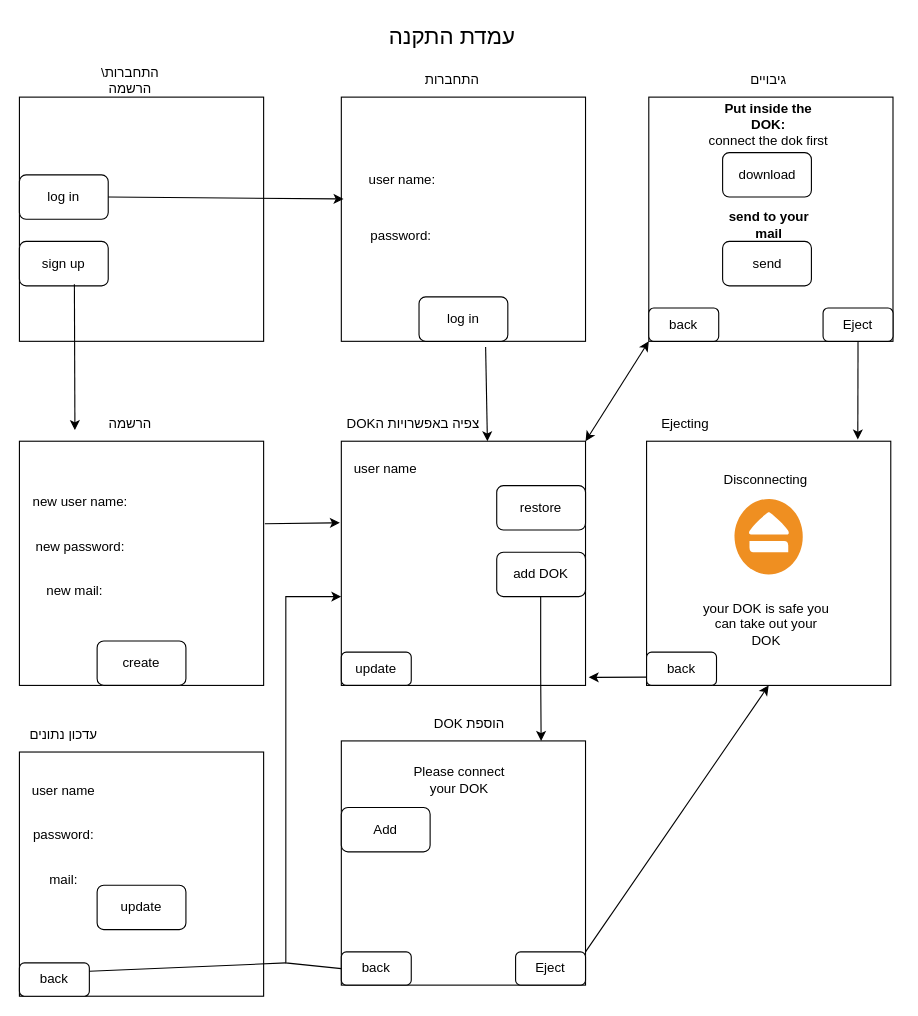
Above: draws/מסכי פרוייקט/_מסך עמדת התקנה_.drawio in Eyalen22/Project (draw.io), before the change. Source tidied: cells renumbered, new cells numbered last; positions are measured from the earlier drawing's top-left corner, leaving out a move shared by most shapes. Both pictures are drawn from the tidied source at 111%, with x=0, y=0 at pixel (19, 19).
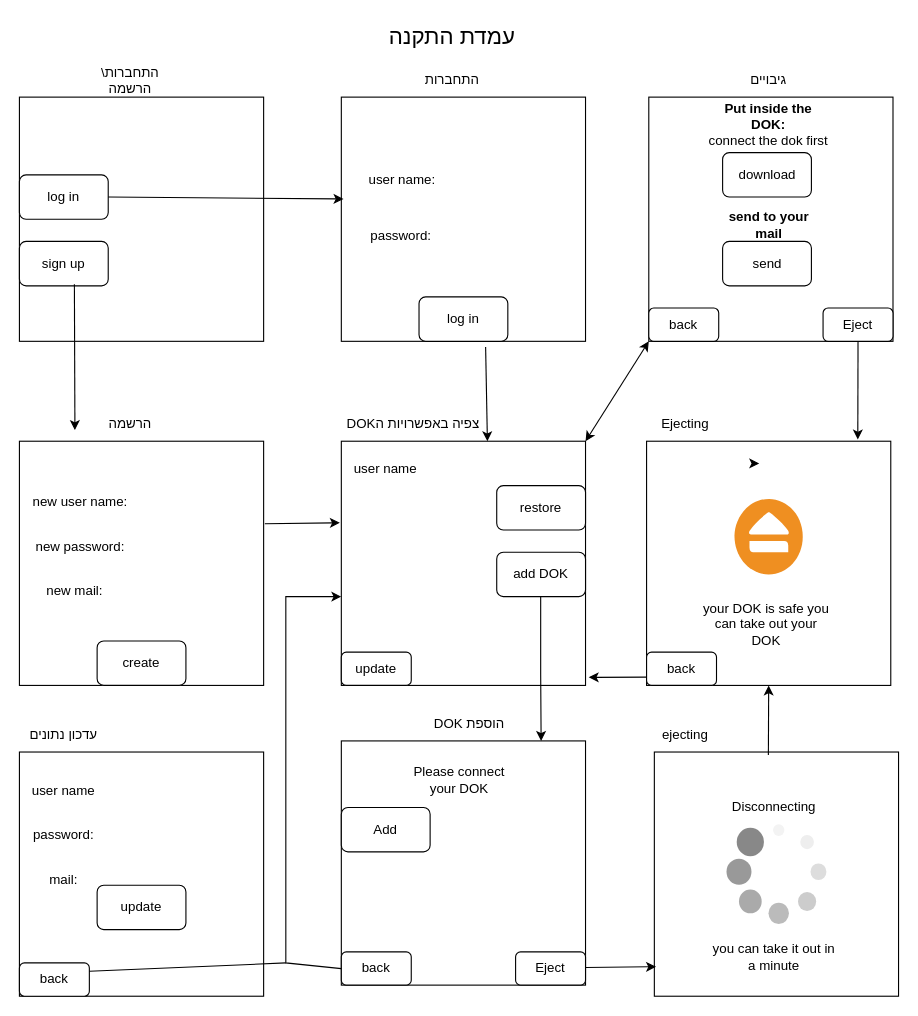
The same page after the edit.

Unchanged cells that the change refers to:
```xml
<mxCell id="8" style="whiteSpace=wrap;html=1;" parent="1" vertex="1">
  <mxGeometry x="290" y="650" width="220" height="220" as="geometry" />
</mxCell>
<mxCell id="49" style="whiteSpace=wrap;html=1;" parent="1" vertex="1">
  <mxGeometry x="565" y="380" width="220" height="220" as="geometry" />
</mxCell>
```

What changed in the source:
```diff
@@
-    <mxCell id="51" style="endArrow=classic;html=1;rounded=0;entryX=0.5;entryY=1;entryDx=0;entryDy=0;" parent="1" edge="1" target="49">
-      <mxGeometry relative="1" as="geometry">
-        <mxPoint x="510" y="840" as="sourcePoint" />
-      </mxGeometry>
-    </mxCell>
@@
-    <mxCell id="53" value="Disconnecting" style="text;html=1;whiteSpace=wrap;strokeColor=none;fillColor=none;align=center;verticalAlign=middle;rounded=0;" parent="1" vertex="1">
-      <mxGeometry x="630" y="400" width="85" height="30" as="geometry" />
-    </mxCell>
@@
+    <mxCell id="62" style="edgeStyle=orthogonalEdgeStyle;rounded=0;orthogonalLoop=1;jettySize=auto;html=1;exitX=0;exitY=0;exitDx=0;exitDy=0;entryX=0.118;entryY=-0.014;entryDx=0;entryDy=0;entryPerimeter=0;" parent="1" edge="1">
+      <mxGeometry relative="1" as="geometry">
+        <mxPoint x="660" y="400" as="sourcePoint" />
+        <mxPoint x="666.5" y="399.6" as="targetPoint" />
+      </mxGeometry>
+    </mxCell>
+    <mxCell id="63" style="whiteSpace=wrap;html=1;" parent="1" vertex="1">
+      <mxGeometry x="572" y="660" width="220" height="220" as="geometry" />
+    </mxCell>
+    <mxCell id="64" style="verticalLabelPosition=bottom;shadow=0;dashed=0;align=center;html=1;verticalAlign=top;strokeWidth=1;shape=mxgraph.mockup.misc.loading_circle_1;" parent="1" vertex="1">
+      <mxGeometry x="637" y="725" width="90" height="90" as="geometry" />
+    </mxCell>
+    <mxCell id="53" value="Disconnecting" style="text;html=1;whiteSpace=wrap;strokeColor=none;fillColor=none;align=center;verticalAlign=middle;rounded=0;" parent="1" vertex="1">
+      <mxGeometry x="640" y="695" width="80" height="30" as="geometry" />
+    </mxCell>
+    <mxCell id="65" value="you can take it out in a minute" style="text;html=1;whiteSpace=wrap;strokeColor=none;fillColor=none;align=center;verticalAlign=middle;rounded=0;" parent="1" vertex="1">
+      <mxGeometry x="620" y="830" width="120" height="30" as="geometry" />
+    </mxCell>
+    <mxCell id="66" value="ejecting" style="text;html=1;whiteSpace=wrap;strokeColor=none;fillColor=none;align=center;verticalAlign=middle;rounded=0;" parent="1" vertex="1">
+      <mxGeometry x="570" y="630" width="60" height="30" as="geometry" />
+    </mxCell>
+    <mxCell id="67" style="endArrow=classic;html=1;rounded=0;exitX=1.001;exitY=0.928;exitDx=0;exitDy=0;entryX=0.007;entryY=0.879;entryDx=0;entryDy=0;exitPerimeter=0;entryPerimeter=0;" parent="1" edge="1" source="8" target="63">
+      <mxGeometry relative="1" as="geometry" />
+    </mxCell>
+    <mxCell id="68" style="endArrow=classic;html=1;rounded=0;exitX=0.467;exitY=0.012;exitDx=0;exitDy=0;entryX=0.5;entryY=1;entryDx=0;entryDy=0;exitPerimeter=0;" parent="1" edge="1" source="63" target="49">
+      <mxGeometry relative="1" as="geometry" />
+    </mxCell>
```
